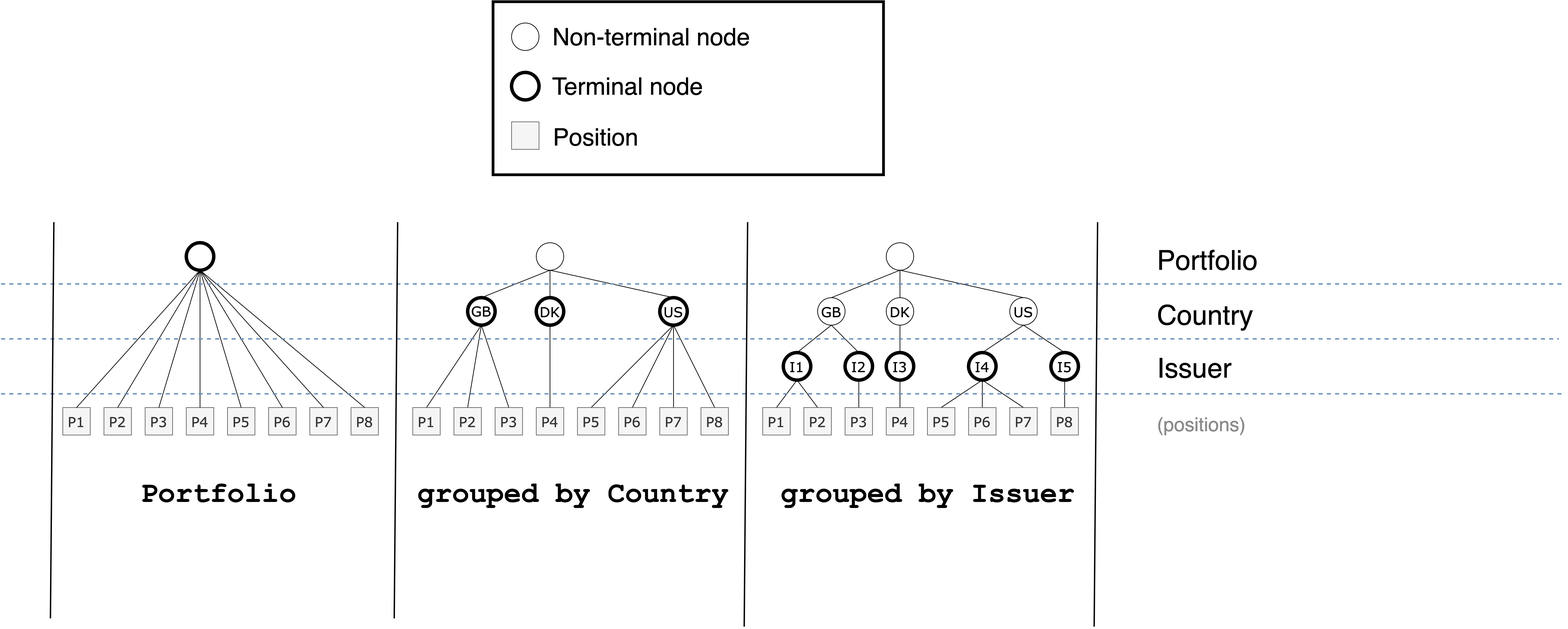
The draw.io diagram figurer/grouping_expression.png in runeksvendsen/bachelor-thesis, before a commit. Source tidied: cells renumbered, new cells last; positions are measured from the earlier drawing's top-left corner, leaving out a move shared by most shapes.
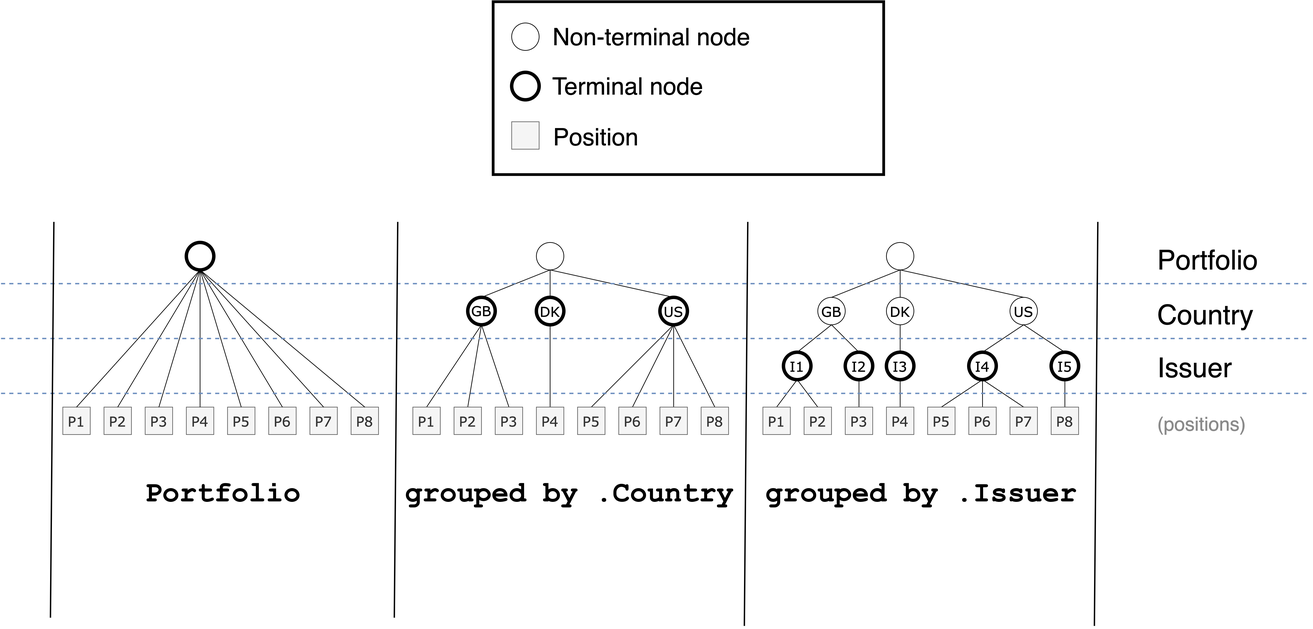
After the change.

The edit, as a diff of the source:
```diff
@@ -211,19 +211,19 @@
     <mxCell id="60" style="endArrow=none;dashed=1;html=1;jumpSize=1;strokeWidth=2;fillColor=#dae8fc;strokeColor=#6c8ebf;" parent="1" edge="1">
       <mxGeometry relative="1" as="geometry">
         <mxPoint y="411" as="sourcePoint" />
-        <mxPoint x="2280" y="411" as="targetPoint" />
+        <mxPoint x="1907" y="411" as="targetPoint" />
       </mxGeometry>
     </mxCell>
     <mxCell id="61" style="endArrow=none;dashed=1;html=1;jumpSize=1;strokeWidth=2;fillColor=#dae8fc;strokeColor=#6c8ebf;" parent="1" edge="1">
       <mxGeometry relative="1" as="geometry">
         <mxPoint y="491" as="sourcePoint" />
-        <mxPoint x="2270" y="491" as="targetPoint" />
+        <mxPoint x="1907" y="491" as="targetPoint" />
       </mxGeometry>
     </mxCell>
     <mxCell id="62" style="endArrow=none;dashed=1;html=1;jumpSize=1;strokeWidth=2;fillColor=#dae8fc;strokeColor=#6c8ebf;" parent="1" edge="1">
       <mxGeometry relative="1" as="geometry">
         <mxPoint y="571" as="sourcePoint" />
-        <mxPoint x="2280" y="571" as="targetPoint" />
+        <mxPoint x="1907" y="571" as="targetPoint" />
       </mxGeometry>
     </mxCell>
     <mxCell id="63" value="&lt;font style=&quot;font-size: 40px&quot;&gt;Country&lt;/font&gt;" style="text;html=1;strokeColor=none;fillColor=none;align=left;verticalAlign=middle;whiteSpace=wrap;rounded=0;" parent="1" vertex="1">
@@ -238,8 +238,8 @@
     <mxCell id="66" value="&lt;font style=&quot;font-size: 28px&quot; color=&quot;#8a8a8a&quot;&gt;(positions)&lt;/font&gt;" style="text;html=1;strokeColor=none;fillColor=none;align=left;verticalAlign=middle;whiteSpace=wrap;rounded=0;" parent="1" vertex="1">
       <mxGeometry x="1683" y="606" width="80" height="20" as="geometry" />
     </mxCell>
-    <mxCell id="67" value="&lt;font face=&quot;Courier New&quot; size=&quot;1&quot;&gt;&lt;b style=&quot;font-size: 42px&quot;&gt;Portfolio&amp;nbsp; &amp;nbsp; &amp;nbsp; &amp;nbsp;grouped by Country&amp;nbsp; &amp;nbsp;grouped by Issuer&lt;/b&gt;&lt;/font&gt;" style="text;html=1;strokeColor=none;fillColor=none;align=left;verticalAlign=top;whiteSpace=wrap;rounded=0;" parent="1" vertex="1">
-      <mxGeometry x="202" y="686" width="1706" height="68" as="geometry" />
+    <mxCell id="67" value="&lt;font face=&quot;Courier New&quot; size=&quot;1&quot;&gt;&lt;b style=&quot;font-size: 42px&quot;&gt;Portfolio&lt;/b&gt;&lt;/font&gt;" style="text;html=1;strokeColor=none;fillColor=none;align=center;verticalAlign=top;whiteSpace=wrap;rounded=0;" parent="1" vertex="1">
+      <mxGeometry x="75" y="686" width="497" height="68" as="geometry" />
     </mxCell>
     <mxCell id="68" style="endArrow=none;html=1;strokeWidth=2;fontSize=14;" parent="1" edge="1">
       <mxGeometry relative="1" as="geometry">
@@ -331,5 +331,11 @@
     <mxCell id="93" value="&lt;font style=&quot;font-size: 35px&quot;&gt;Position&lt;/font&gt;" style="text;html=1;strokeColor=none;fillColor=none;align=center;verticalAlign=middle;whiteSpace=wrap;rounded=0;" parent="1" vertex="1">
       <mxGeometry x="800" y="187" width="134" height="20" as="geometry" />
     </mxCell>
+    <mxCell id="94" value="&lt;font face=&quot;Courier New&quot; size=&quot;1&quot;&gt;&lt;b style=&quot;font-size: 42px&quot;&gt;grouped by .Country&lt;/b&gt;&lt;/font&gt;" style="text;html=1;strokeColor=none;fillColor=none;align=center;verticalAlign=top;whiteSpace=wrap;rounded=0;" parent="1" vertex="1">
+      <mxGeometry x="577" y="686" width="503" height="68" as="geometry" />
+    </mxCell>
+    <mxCell id="95" value="&lt;div style=&quot;&quot;&gt;&lt;b style=&quot;font-family: &amp;quot;courier new&amp;quot; ; font-size: 42px&quot;&gt;grouped by .Issuer&lt;/b&gt;&lt;/div&gt;" style="text;html=1;strokeColor=none;fillColor=none;align=center;verticalAlign=top;whiteSpace=wrap;rounded=0;" parent="1" vertex="1">
+      <mxGeometry x="1088" y="686" width="506" height="68" as="geometry" />
+    </mxCell>
   </root>
 </mxGraphModel>
```
